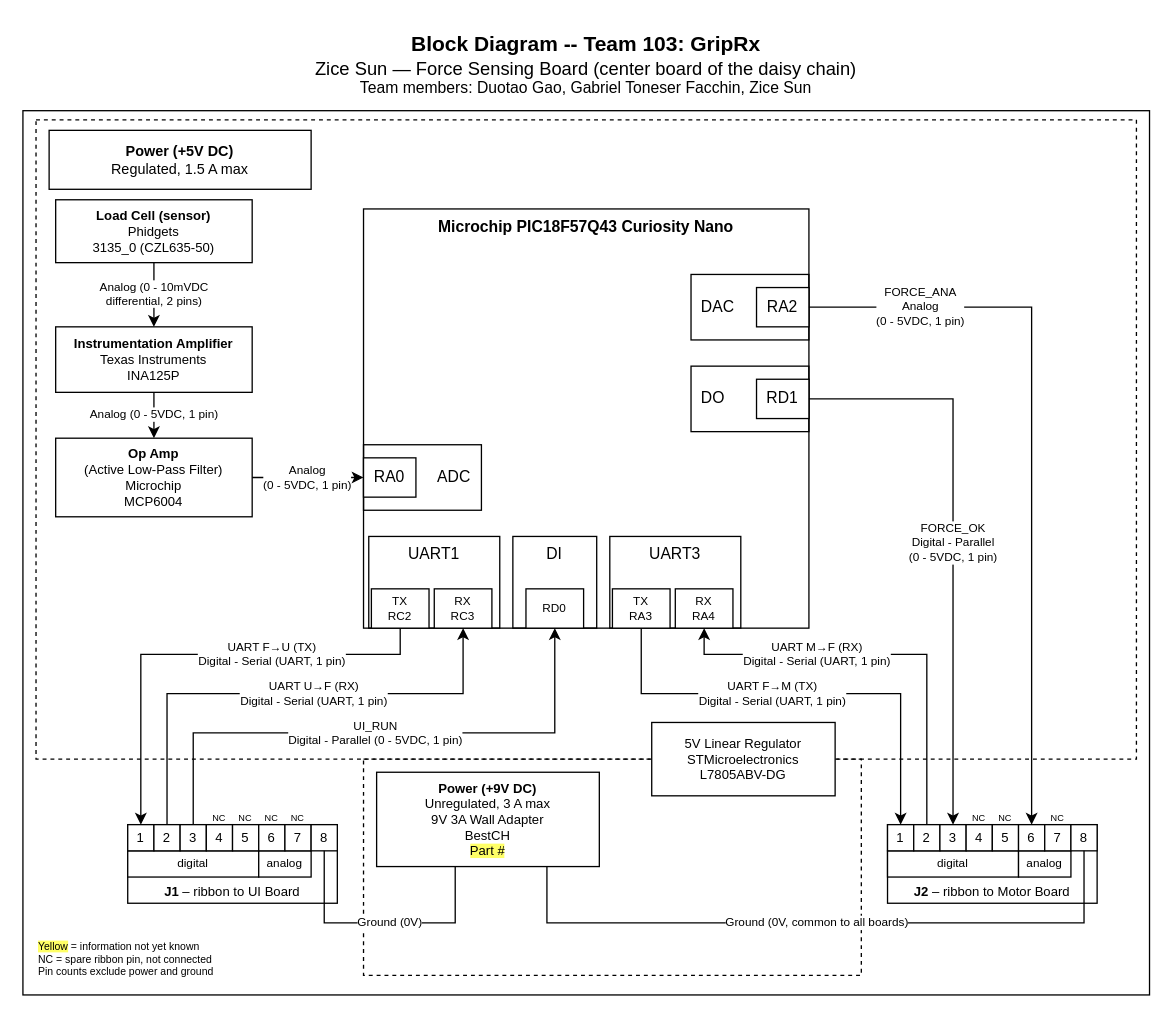
Empcity21/Empcity21_EGR304_F26_Datasheet.github.io keeps this draw.io diagram as docs/01-Block-Diagram/block-diagram.drawio. Above is the earlier version. Source tidied: cells renumbered, new cells numbered last; positions are measured from the earlier drawing's top-left corner, leaving out a move shared by most shapes. Both pictures are drawn from the tidied source at 131%, with x=0, y=0 at pixel (22, 22).
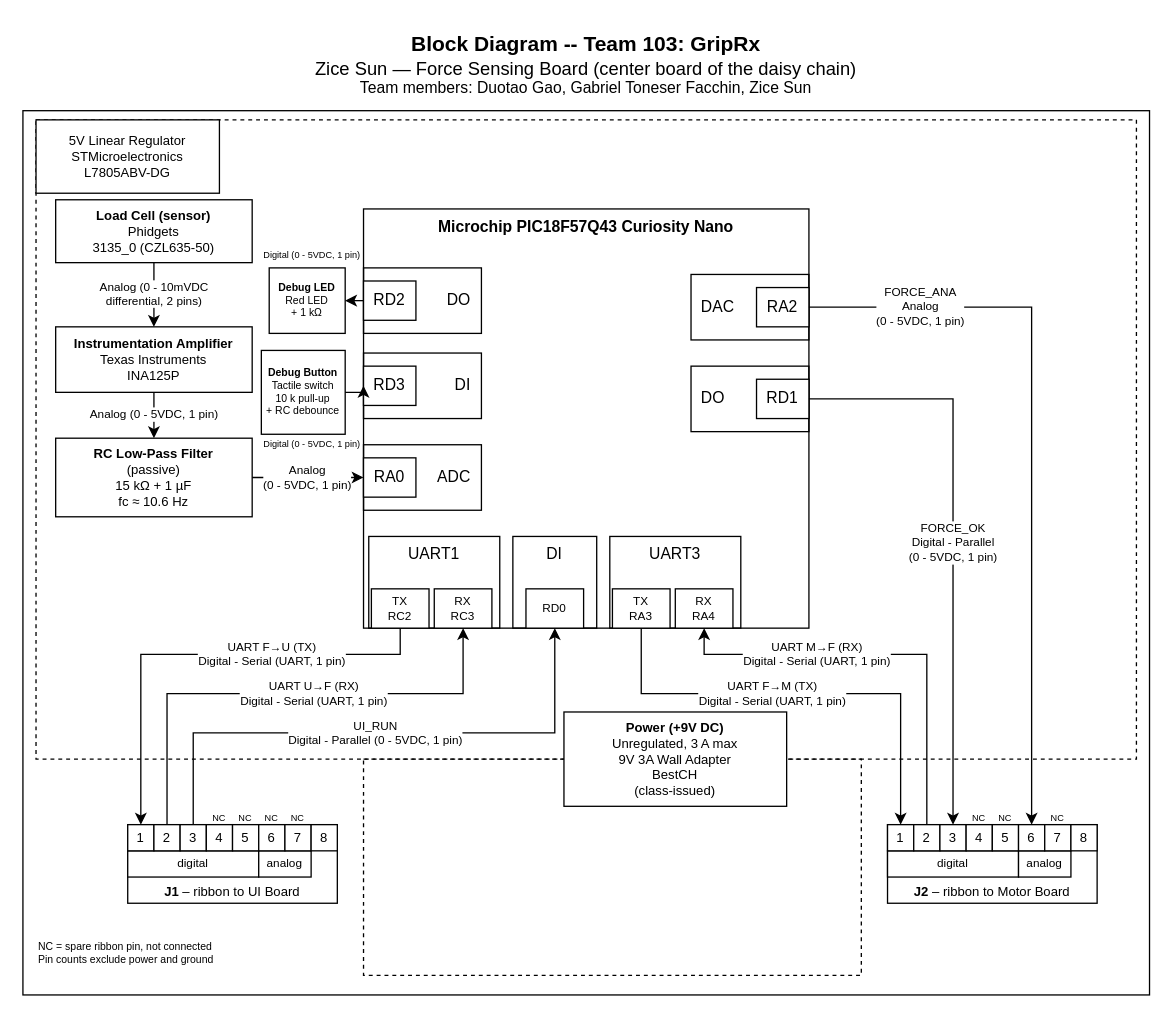
The same diagram, later.

Unchanged cells that the change refers to:
```xml
<mxCell id="12" style="group;" parent="1" vertex="1">
  <mxGeometry x="260" y="142" width="340" height="320" as="geometry" />
</mxCell>
<mxCell id="39" value="8" style="rounded=0;whiteSpace=wrap;html=1;fontSize=10;" parent="28" vertex="1">
  <mxGeometry x="140" width="20" height="20" as="geometry" />
</mxCell>
<mxCell id="55" value="8" style="rounded=0;whiteSpace=wrap;html=1;fontSize=10;" parent="44" vertex="1">
  <mxGeometry x="140" width="20" height="20" as="geometry" />
</mxCell>
```

The edit, as a diff of the source:
```diff
@@
-    <mxCell id="5" value="&lt;b&gt;Power (+5V DC)&lt;/b&gt;&lt;br&gt;Regulated, 1.5 A max" style="rounded=0;whiteSpace=wrap;html=1;fontSize=11;" parent="1" vertex="1">
-      <mxGeometry x="20" y="82" width="200" height="45" as="geometry" />
-    </mxCell>
@@
-    <mxCell id="7" value="&lt;b&gt;Power (+9V DC)&lt;/b&gt;&lt;br&gt;Unregulated, 3 A max&lt;br&gt;9V 3A Wall Adapter&lt;br&gt;BestCH&lt;br&gt;&lt;span style=&quot;background-color: rgb(255, 255, 102);&quot;&gt;Part #&lt;/span&gt;" style="rounded=0;whiteSpace=wrap;html=1;fontSize=10;labelBackgroundColor=none;" parent="1" vertex="1">
-      <mxGeometry x="270" y="572" width="170" height="72" as="geometry" />
+    <mxCell id="7" value="&lt;b&gt;Power (+9V DC)&lt;/b&gt;&lt;br&gt;Unregulated, 3 A max&lt;br&gt;9V 3A Wall Adapter&lt;br&gt;BestCH&lt;br&gt;(class-issued)" style="rounded=0;whiteSpace=wrap;html=1;fontSize=10;labelBackgroundColor=none;" parent="1" vertex="1">
+      <mxGeometry x="413" y="526" width="170" height="72" as="geometry" />
     </mxCell>
     <mxCell id="8" value="5V Linear Regulator&lt;br&gt;STMicroelectronics&lt;br&gt;L7805ABV-DG" style="rounded=0;whiteSpace=wrap;html=1;fontSize=10;" parent="1" vertex="1">
-      <mxGeometry x="480" y="534" width="140" height="56" as="geometry" />
+      <mxGeometry x="10" y="74" width="140" height="56" as="geometry" />
     </mxCell>
@@
-    <mxCell id="11" value="&lt;b&gt;Op Amp&lt;/b&gt;&lt;br&gt;(Active Low-Pass Filter)&lt;br&gt;Microchip&lt;br&gt;MCP6004" style="rounded=0;whiteSpace=wrap;html=1;fontSize=10;" parent="1" vertex="1">
+    <mxCell id="11" value="&lt;b&gt;RC Low-Pass Filter&lt;/b&gt;&lt;br&gt;(passive)&lt;br&gt;15 kΩ + 1 µF&lt;br&gt;fc ≈ 10.6 Hz" style="rounded=0;whiteSpace=wrap;html=1;fontSize=10;" parent="1" vertex="1">
       <mxGeometry x="25" y="317" width="150" height="60" as="geometry" />
     </mxCell>
@@
-    <mxCell id="69" value="Ground (0V)" style="edgeStyle=orthogonalEdgeStyle;rounded=0;jettySize=auto;html=1;fontSize=9;labelBackgroundColor=default;endArrow=none;endFill=0;exitX=0.5;exitY=1;exitDx=0;exitDy=0;entryX=0.3529;entryY=1.0000;entryDx=0;entryDy=0;" parent="1" edge="1" source="39" target="7">
-      <mxGeometry x="0.06" relative="1" as="geometry">
-        <Array as="points">
-          <mxPoint x="230" y="687" />
-          <mxPoint x="330" y="687" />
-        </Array>
-      </mxGeometry>
-    </mxCell>
-    <mxCell id="70" value="Ground (0V, common to all boards)" style="edgeStyle=orthogonalEdgeStyle;rounded=0;jettySize=auto;html=1;fontSize=9;labelBackgroundColor=default;endArrow=none;endFill=0;exitX=0.5;exitY=1;exitDx=0;exitDy=0;entryX=0.7647;entryY=1.0000;entryDx=0;entryDy=0;" parent="1" edge="1" source="55" target="7">
-      <mxGeometry x="0.02" relative="1" as="geometry">
-        <Array as="points">
-          <mxPoint x="810" y="687" />
-          <mxPoint x="400" y="687" />
-        </Array>
-      </mxGeometry>
-    </mxCell>
+    <mxCell id="72" value="DO" style="rounded=0;whiteSpace=wrap;html=1;align=right;spacingRight=6;fillColor=none;" parent="12" vertex="1">
+      <mxGeometry y="45" width="90" height="50" as="geometry" />
+    </mxCell>
+    <mxCell id="73" value="RD2" style="rounded=0;whiteSpace=wrap;html=1;" parent="12" vertex="1">
+      <mxGeometry y="55" width="40" height="30" as="geometry" />
+    </mxCell>
+    <mxCell id="74" value="DI" style="rounded=0;whiteSpace=wrap;html=1;align=right;spacingRight=6;fillColor=none;" parent="12" vertex="1">
+      <mxGeometry y="110" width="90" height="50" as="geometry" />
+    </mxCell>
+    <mxCell id="75" value="RD3" style="rounded=0;whiteSpace=wrap;html=1;" parent="12" vertex="1">
+      <mxGeometry y="120" width="40" height="30" as="geometry" />
+    </mxCell>
+    <mxCell id="76" value="&lt;b&gt;Debug LED&lt;/b&gt;&lt;br&gt;Red LED&lt;br&gt;+ 1 k&amp;Omega;" style="rounded=0;whiteSpace=wrap;html=1;fontSize=8;" parent="1" vertex="1">
+      <mxGeometry x="188" y="187" width="58" height="50" as="geometry" />
+    </mxCell>
+    <mxCell id="77" value="&lt;b&gt;Debug Button&lt;/b&gt;&lt;br&gt;Tactile switch&lt;br&gt;10 k pull-up&lt;br&gt;+ RC debounce" style="rounded=0;whiteSpace=wrap;html=1;fontSize=8;" parent="1" vertex="1">
+      <mxGeometry x="182" y="250" width="64" height="64" as="geometry" />
+    </mxCell>
+    <mxCell id="78" style="edgeStyle=orthogonalEdgeStyle;rounded=0;jettySize=auto;html=1;fontSize=9;labelBackgroundColor=default;endArrow=classic;endFill=1;exitX=0;exitY=0.5;exitDx=0;exitDy=0;entryX=1;entryY=0.5;entryDx=0;entryDy=0;" parent="1" edge="1" source="73" target="76">
+      <mxGeometry relative="1" as="geometry">
+        <mxPoint y="-12" as="offset" />
+      </mxGeometry>
+    </mxCell>
+    <mxCell id="79" style="edgeStyle=orthogonalEdgeStyle;rounded=0;jettySize=auto;html=1;fontSize=9;labelBackgroundColor=default;endArrow=classic;endFill=1;exitX=1;exitY=0.5;exitDx=0;exitDy=0;entryX=0;entryY=0.5;entryDx=0;entryDy=0;" parent="1" edge="1" source="77" target="75">
+      <mxGeometry relative="1" as="geometry">
+        <mxPoint y="-12" as="offset" />
+      </mxGeometry>
+    </mxCell>
+    <mxCell id="80" value="Digital (0 - 5VDC, 1 pin)" style="text;html=1;strokeColor=none;fillColor=none;align=left;verticalAlign=middle;fontSize=7;" parent="1" vertex="1">
+      <mxGeometry x="182" y="172" width="100" height="12" as="geometry" />
+    </mxCell>
+    <mxCell id="81" value="Digital (0 - 5VDC, 1 pin)" style="text;html=1;strokeColor=none;fillColor=none;align=left;verticalAlign=middle;fontSize=7;" parent="1" vertex="1">
+      <mxGeometry x="182" y="316" width="100" height="12" as="geometry" />
+    </mxCell>
-    <mxCell id="71" value="&lt;span style=&quot;background-color: rgb(255, 255, 102);&quot;&gt;Yellow&lt;/span&gt; = information not yet known&lt;br&gt;NC = spare ribbon pin, not connected&lt;br&gt;Pin counts exclude power and ground" style="text;html=1;strokeColor=none;fillColor=none;whiteSpace=wrap;rounded=0;align=left;verticalAlign=top;fontSize=8;labelBackgroundColor=none;" parent="1" vertex="1">
+    <mxCell id="71" value="NC = spare ribbon pin, not connected&lt;br&gt;Pin counts exclude power and ground" style="text;html=1;strokeColor=none;fillColor=none;whiteSpace=wrap;rounded=0;align=left;verticalAlign=top;fontSize=8;labelBackgroundColor=none;" parent="1" vertex="1">
       <mxGeometry x="10" y="694" width="240" height="44" as="geometry" />
     </mxCell>
```
